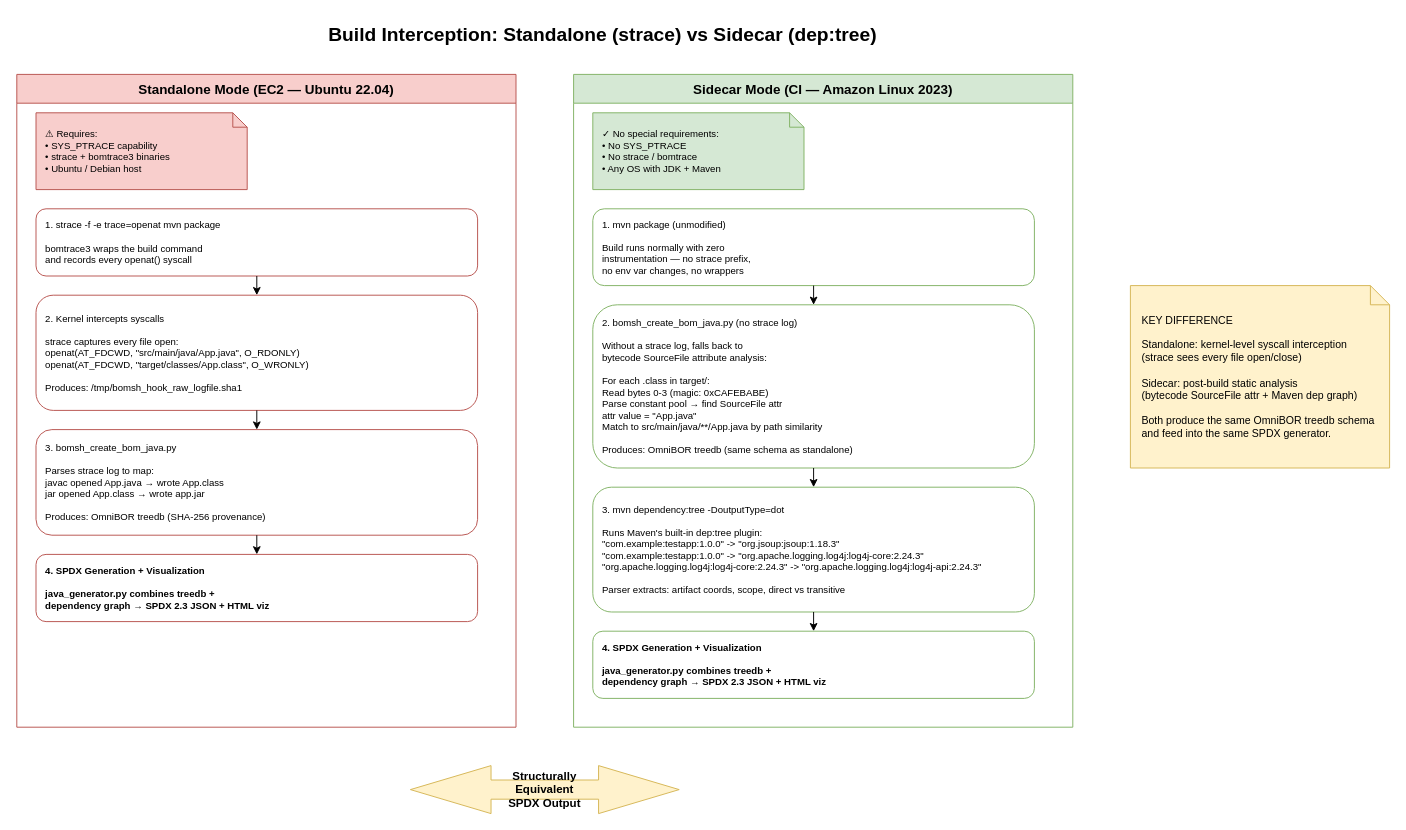
Before: docs/build-interception.drawio in tedg-dev/omnibor-java-testapp, a draw.io diagram. Source tidied: cells renumbered, new cells numbered last; positions are measured from the earlier drawing's top-left corner, leaving out a move shared by most shapes. Both pictures are drawn from the tidied source at 96%, with x=0, y=0 at pixel (16, 16).
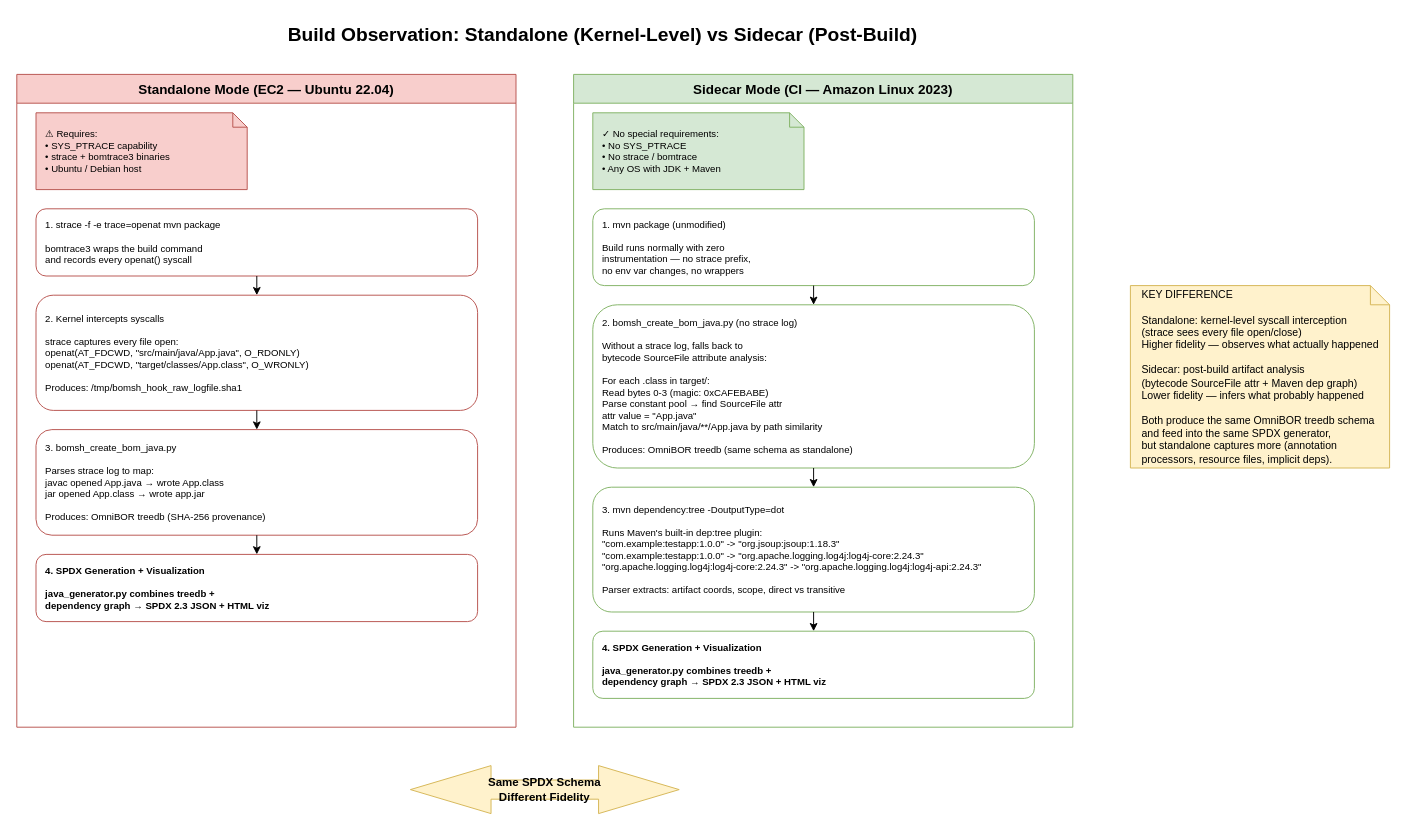
The same diagram, later.

Commit message (it also covers changes not shown here):
docs: Java sidecar analysis method — honest assessment (#6)

Change to the diagram source:
```diff
@@
-    <mxCell id="2" value="Build Interception: Standalone (strace) vs Sidecar (dep:tree)" style="text;html=1;fontSize=20;fontStyle=1;align=center;" parent="1" vertex="1">
+    <mxCell id="2" value="Build Observation: Standalone (Kernel-Level) vs Sidecar (Post-Build)" style="text;html=1;fontSize=20;fontStyle=1;align=center;" parent="1" vertex="1">
       <mxGeometry x="310" width="600" height="40" as="geometry" />
     </mxCell>
@@
-    <mxCell id="21" value="Structurally&#10;Equivalent&#10;SPDX Output" style="shape=doubleArrow;whiteSpace=wrap;html=1;fillColor=#fff2cc;strokeColor=#d6b656;fontSize=12;fontStyle=1;arrowWidth=0.4;arrowSize=0.3;" parent="1" vertex="1">
+    <mxCell id="21" value="Same SPDX Schema&#10;Different Fidelity" style="shape=doubleArrow;whiteSpace=wrap;html=1;fillColor=#fff2cc;strokeColor=#d6b656;fontSize=12;fontStyle=1;arrowWidth=0.4;arrowSize=0.3;" parent="1" vertex="1">
       <mxGeometry x="410" y="780" width="280" height="50" as="geometry" />
     </mxCell>
-    <mxCell id="22" value="KEY DIFFERENCE&#10;&#10;Standalone: kernel-level syscall interception&#10;(strace sees every file open/close)&#10;&#10;Sidecar: post-build static analysis&#10;(bytecode SourceFile attr + Maven dep graph)&#10;&#10;Both produce the same OmniBOR treedb schema&#10;and feed into the same SPDX generator." style="shape=note;whiteSpace=wrap;html=1;fillColor=#fff2cc;strokeColor=#d6b656;fontSize=11;align=left;spacingLeft=10;size=20;fontStyle=0;" parent="1" vertex="1">
+    <mxCell id="22" value="KEY DIFFERENCE&#10;&#10;Standalone: kernel-level syscall interception&#10;(strace sees every file open/close)&#10;Higher fidelity — observes what actually happened&#10;&#10;Sidecar: post-build artifact analysis&#10;(bytecode SourceFile attr + Maven dep graph)&#10;Lower fidelity — infers what probably happened&#10;&#10;Both produce the same OmniBOR treedb schema&#10;and feed into the same SPDX generator,&#10;but standalone captures more (annotation&#10;processors, resource files, implicit deps)." style="shape=note;whiteSpace=wrap;html=1;fillColor=#fff2cc;strokeColor=#d6b656;fontSize=11;align=left;spacingLeft=10;size=20;fontStyle=0;" parent="1" vertex="1">
       <mxGeometry x="1160" y="280" width="270" height="190" as="geometry" />
     </mxCell>
```
